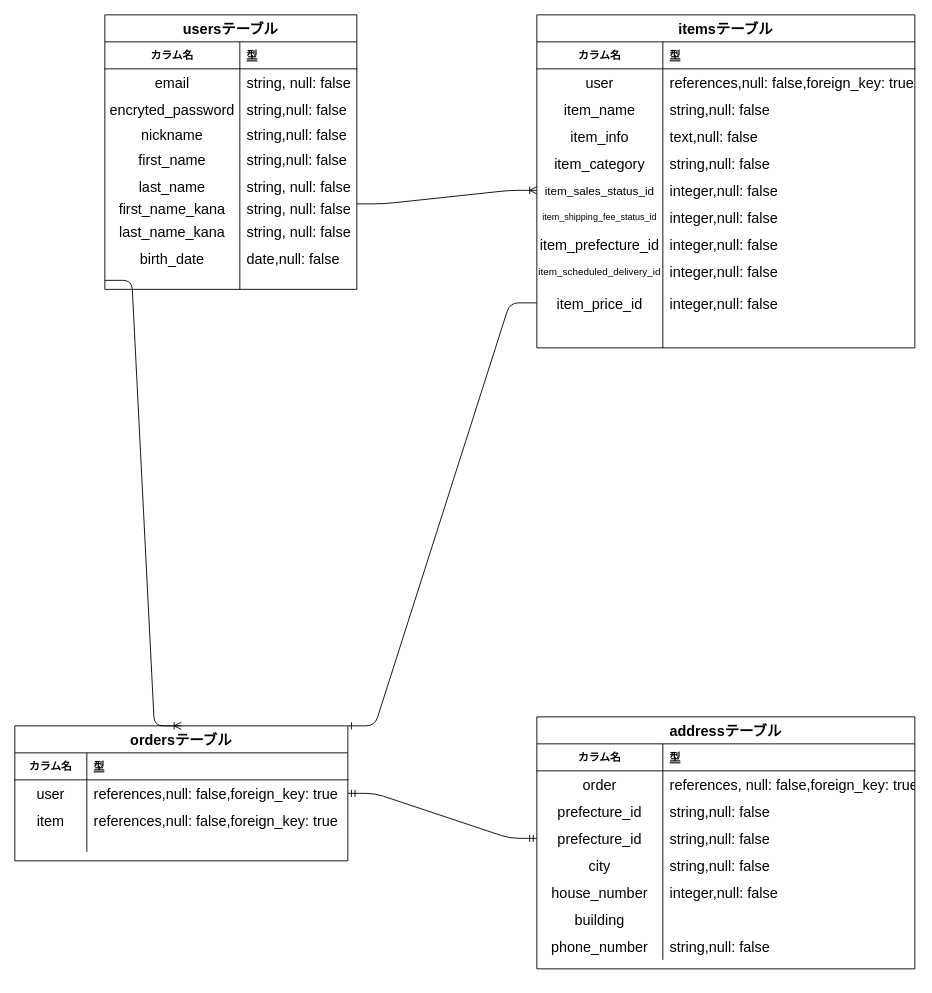
Earlier version of the draw.io diagram furima.dio (keisuke-5837/furima-36126). Source tidied: cells renumbered, new cells numbered last; positions are measured from the earlier drawing's top-left corner, leaving out a move shared by most shapes. Both pictures are drawn from the tidied source at 90%, with x=0, y=0 at pixel (14, 14).
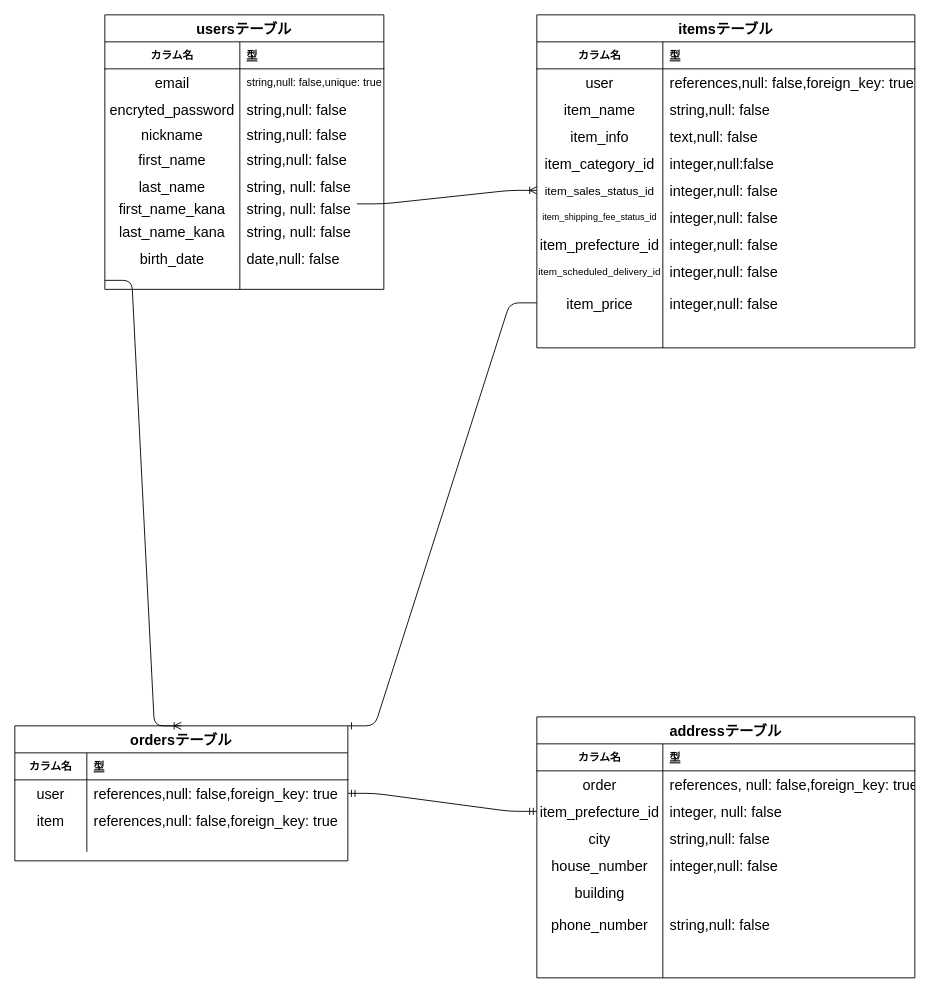
After the change.

Commit message (it also covers changes not shown here):
データベース修正

The change refers to these unchanged cells:
```xml
<mxCell id="47" style="shape=partialRectangle;fillColor=none;top=0;left=0;bottom=0;right=0;" parent="34" vertex="1">
  <mxGeometry y="150" width="420" height="30" as="geometry" />
</mxCell>
<mxCell id="62" style="shape=partialRectangle;fillColor=none;top=0;left=0;bottom=0;right=0;points=[[0,0.5],[1,0.5]];portConstraint=eastwest;" parent="34" vertex="1">
  <mxGeometry y="300" width="420" height="40" as="geometry" />
</mxCell>
```

Change to the diagram source:
```diff
@@
     <mxCell id="2" value="usersテーブル" style="shape=table;startSize=30;childLayout=tableLayout;rowLines=0;fontStyle=1;align=center;fontSize=16;" parent="1" vertex="1">
-      <mxGeometry x="100" width="280" height="305" as="geometry" />
+      <mxGeometry x="100" width="310" height="305" as="geometry" />
     </mxCell>
     <mxCell id="3" style="shape=partialRectangle;fillColor=none;top=0;left=0;bottom=1;right=0;" parent="2" vertex="1">
-      <mxGeometry y="30" width="280" height="30" as="geometry" />
+      <mxGeometry y="30" width="310" height="30" as="geometry" />
     </mxCell>
@@
     <mxCell id="5" value="型" style="shape=partialRectangle;fillColor=none;top=0;left=0;bottom=0;right=0;align=left;spacingLeft=6;fontStyle=5;overflow=hidden;" parent="3" vertex="1">
-      <mxGeometry x="150" width="130" height="30" as="geometry" />
+      <mxGeometry x="150" width="160" height="30" as="geometry" />
     </mxCell>
     <mxCell id="6" style="shape=partialRectangle;fillColor=none;top=0;left=0;bottom=0;right=0;" parent="2" vertex="1">
-      <mxGeometry y="60" width="280" height="30" as="geometry" />
+      <mxGeometry y="60" width="310" height="30" as="geometry" />
     </mxCell>
@@
-    <mxCell id="8" value="string, null: false" style="shape=partialRectangle;fillColor=none;top=0;left=0;bottom=0;right=0;align=left;spacingLeft=6;overflow=hidden;fontSize=16;" parent="6" vertex="1">
-      <mxGeometry x="150" width="130" height="30" as="geometry" />
+    <mxCell id="8" value="string,null: false,unique: true" style="shape=partialRectangle;fillColor=none;top=0;left=0;bottom=0;right=0;align=left;spacingLeft=6;overflow=hidden;fontSize=12;" parent="6" vertex="1">
+      <mxGeometry x="150" width="160" height="30" as="geometry" />
     </mxCell>
     <mxCell id="9" style="shape=partialRectangle;fillColor=none;top=0;left=0;bottom=0;right=0;" parent="2" vertex="1">
-      <mxGeometry y="90" width="280" height="30" as="geometry" />
+      <mxGeometry y="90" width="310" height="30" as="geometry" />
     </mxCell>
@@
     <mxCell id="11" value="string,null: false" style="shape=partialRectangle;fillColor=none;top=0;left=0;bottom=0;right=0;align=left;spacingLeft=6;overflow=hidden;fontSize=16;" parent="9" vertex="1">
-      <mxGeometry x="150" width="130" height="30" as="geometry" />
+      <mxGeometry x="150" width="160" height="30" as="geometry" />
     </mxCell>
     <mxCell id="12" style="shape=partialRectangle;fillColor=none;top=0;left=0;bottom=0;right=0;points=[[0,0.5],[1,0.5]];portConstraint=eastwest;" parent="2" vertex="1">
-      <mxGeometry y="120" width="280" height="25" as="geometry" />
+      <mxGeometry y="120" width="310" height="25" as="geometry" />
     </mxCell>
@@
     <mxCell id="14" value="string,null: false" style="shape=partialRectangle;fillColor=none;top=0;left=0;bottom=0;right=0;align=left;spacingLeft=6;overflow=hidden;fontSize=16;" parent="12" vertex="1">
-      <mxGeometry x="150" width="130" height="25" as="geometry" />
+      <mxGeometry x="150" width="160" height="25" as="geometry" />
     </mxCell>
     <mxCell id="15" style="shape=partialRectangle;fillColor=none;top=0;left=0;bottom=0;right=0;" parent="2" vertex="1">
-      <mxGeometry y="145" width="280" height="30" as="geometry" />
+      <mxGeometry y="145" width="310" height="30" as="geometry" />
     </mxCell>
@@
     <mxCell id="17" value="string,null: false" style="shape=partialRectangle;fillColor=none;top=0;left=0;bottom=0;right=0;align=left;spacingLeft=6;overflow=hidden;fontSize=16;" parent="15" vertex="1">
-      <mxGeometry x="150" width="130" height="30" as="geometry" />
+      <mxGeometry x="150" width="160" height="30" as="geometry" />
     </mxCell>
     <mxCell id="18" style="shape=partialRectangle;fillColor=none;top=0;left=0;bottom=0;right=0;" parent="2" vertex="1">
-      <mxGeometry y="175" width="280" height="30" as="geometry" />
+      <mxGeometry y="175" width="310" height="30" as="geometry" />
     </mxCell>
@@
     <mxCell id="20" value="string, null: false" style="shape=partialRectangle;fillColor=none;top=0;left=0;bottom=0;right=0;align=left;spacingLeft=6;overflow=hidden;fontSize=16;" parent="18" vertex="1">
-      <mxGeometry x="150" width="130" height="30" as="geometry" />
+      <mxGeometry x="150" width="160" height="30" as="geometry" />
     </mxCell>
     <mxCell id="21" style="shape=partialRectangle;fillColor=none;top=0;left=0;bottom=0;right=0;" parent="2" vertex="1">
-      <mxGeometry y="205" width="280" height="20" as="geometry" />
+      <mxGeometry y="205" width="310" height="20" as="geometry" />
     </mxCell>
@@
     <mxCell id="23" value="string, null: false" style="shape=partialRectangle;fillColor=none;top=0;left=0;bottom=0;right=0;align=left;spacingLeft=6;overflow=hidden;fontSize=16;" parent="21" vertex="1">
-      <mxGeometry x="150" width="130" height="20" as="geometry" />
+      <mxGeometry x="150" width="160" height="20" as="geometry" />
     </mxCell>
     <mxCell id="24" style="shape=partialRectangle;fillColor=none;top=0;left=0;bottom=0;right=0;" parent="2" vertex="1">
-      <mxGeometry y="225" width="280" height="30" as="geometry" />
+      <mxGeometry y="225" width="310" height="30" as="geometry" />
     </mxCell>
@@
     <mxCell id="26" value="string, null: false" style="shape=partialRectangle;fillColor=none;top=0;left=0;bottom=0;right=0;align=left;spacingLeft=6;overflow=hidden;fontSize=16;" parent="24" vertex="1">
-      <mxGeometry x="150" width="130" height="30" as="geometry" />
+      <mxGeometry x="150" width="160" height="30" as="geometry" />
     </mxCell>
     <mxCell id="27" style="shape=partialRectangle;fillColor=none;top=0;left=0;bottom=0;right=0;" parent="2" vertex="1">
-      <mxGeometry y="255" width="280" height="30" as="geometry" />
+      <mxGeometry y="255" width="310" height="30" as="geometry" />
     </mxCell>
@@
     <mxCell id="29" value="date,null: false" style="shape=partialRectangle;fillColor=none;top=0;left=0;bottom=0;right=0;align=left;spacingLeft=6;overflow=hidden;fontSize=16;" parent="27" vertex="1">
-      <mxGeometry x="150" width="130" height="30" as="geometry" />
+      <mxGeometry x="150" width="160" height="30" as="geometry" />
     </mxCell>
     <mxCell id="30" style="shape=partialRectangle;fillColor=none;top=0;left=0;bottom=0;right=0;points=[[0,0.5],[1,0.5]];portConstraint=eastwest;" parent="2" vertex="1">
-      <mxGeometry y="285" width="280" height="20" as="geometry" />
+      <mxGeometry y="285" width="310" height="20" as="geometry" />
     </mxCell>
@@
     <mxCell id="32" style="shape=partialRectangle;fillColor=none;top=0;left=0;bottom=0;right=0;align=left;spacingLeft=6;overflow=hidden;fontSize=16;" parent="30" vertex="1">
-      <mxGeometry x="150" width="130" height="20" as="geometry" />
+      <mxGeometry x="150" width="160" height="20" as="geometry" />
     </mxCell>
@@
-    <mxCell id="48" value="item_category" style="shape=partialRectangle;fillColor=none;top=0;left=0;bottom=0;right=0;overflow=hidden;fontSize=16;" parent="47" vertex="1">
+    <mxCell id="48" value="item_category_id" style="shape=partialRectangle;fillColor=none;top=0;left=0;bottom=0;right=0;overflow=hidden;fontSize=16;" parent="47" vertex="1">
       <mxGeometry width="140" height="30" as="geometry" />
     </mxCell>
-    <mxCell id="49" value="string,null: false" style="shape=partialRectangle;fillColor=none;top=0;left=0;bottom=0;right=0;align=left;spacingLeft=6;overflow=hidden;fontSize=16;" parent="47" vertex="1">
+    <mxCell id="49" value="integer,null:false" style="shape=partialRectangle;fillColor=none;top=0;left=0;bottom=0;right=0;align=left;spacingLeft=6;overflow=hidden;fontSize=16;" parent="47" vertex="1">
       <mxGeometry x="140" width="280" height="30" as="geometry" />
     </mxCell>
@@
-    <mxCell id="63" value="item_price_id" style="shape=partialRectangle;fillColor=none;top=0;left=0;bottom=0;right=0;overflow=hidden;fontSize=16;" parent="62" vertex="1">
+    <mxCell id="63" value="item_price" style="shape=partialRectangle;fillColor=none;top=0;left=0;bottom=0;right=0;overflow=hidden;fontSize=16;" parent="62" vertex="1">
       <mxGeometry width="140" height="40" as="geometry" />
     </mxCell>
@@
     <mxCell id="68" value="addressテーブル" style="shape=table;startSize=30;childLayout=tableLayout;rowLines=0;fontStyle=1;align=center;fontSize=16;" parent="1" vertex="1">
-      <mxGeometry x="580" y="780" width="420" height="280" as="geometry" />
+      <mxGeometry x="580" y="780" width="420" height="290" as="geometry" />
     </mxCell>
@@
-    <mxCell id="75" style="shape=partialRectangle;fillColor=none;top=0;left=0;bottom=0;right=0;" parent="68" vertex="1">
-      <mxGeometry y="90" width="420" height="30" as="geometry" />
-    </mxCell>
-    <mxCell id="76" value="prefecture_id" style="shape=partialRectangle;fillColor=none;top=0;left=0;bottom=0;right=0;overflow=hidden;fontSize=16;" parent="75" vertex="1">
-      <mxGeometry width="140" height="30" as="geometry" />
-    </mxCell>
-    <mxCell id="77" value="string,null: false" style="shape=partialRectangle;fillColor=none;top=0;left=0;bottom=0;right=0;align=left;spacingLeft=6;overflow=hidden;fontSize=16;" parent="75" vertex="1">
-      <mxGeometry x="140" width="280" height="30" as="geometry" />
-    </mxCell>
     <mxCell id="78" style="shape=partialRectangle;fillColor=none;top=0;left=0;bottom=0;right=0;points=[[0,0.5],[1,0.5]];portConstraint=eastwest;" parent="68" vertex="1">
-      <mxGeometry y="120" width="420" height="30" as="geometry" />
+      <mxGeometry y="90" width="420" height="30" as="geometry" />
     </mxCell>
-    <mxCell id="79" value="prefecture_id" style="shape=partialRectangle;fillColor=none;top=0;left=0;bottom=0;right=0;overflow=hidden;fontSize=16;" parent="78" vertex="1">
+    <mxCell id="79" value="item_prefecture_id" style="shape=partialRectangle;fillColor=none;top=0;left=0;bottom=0;right=0;overflow=hidden;fontSize=16;" parent="78" vertex="1">
       <mxGeometry width="140" height="30" as="geometry" />
     </mxCell>
-    <mxCell id="80" value="string,null: false" style="shape=partialRectangle;fillColor=none;top=0;left=0;bottom=0;right=0;align=left;spacingLeft=6;overflow=hidden;fontSize=16;" parent="78" vertex="1">
+    <mxCell id="80" value="integer, null: false" style="shape=partialRectangle;fillColor=none;top=0;left=0;bottom=0;right=0;align=left;spacingLeft=6;overflow=hidden;fontSize=16;" parent="78" vertex="1">
       <mxGeometry x="140" width="280" height="30" as="geometry" />
     </mxCell>
     <mxCell id="81" style="shape=partialRectangle;fillColor=none;top=0;left=0;bottom=0;right=0;" parent="68" vertex="1">
-      <mxGeometry y="150" width="420" height="30" as="geometry" />
+      <mxGeometry y="120" width="420" height="30" as="geometry" />
     </mxCell>
@@
     <mxCell id="84" style="shape=partialRectangle;fillColor=none;top=0;left=0;bottom=0;right=0;" parent="68" vertex="1">
-      <mxGeometry y="180" width="420" height="30" as="geometry" />
+      <mxGeometry y="150" width="420" height="30" as="geometry" />
     </mxCell>
@@
     <mxCell id="87" style="shape=partialRectangle;fillColor=none;top=0;left=0;bottom=0;right=0;" parent="68" vertex="1">
-      <mxGeometry y="210" width="420" height="30" as="geometry" />
+      <mxGeometry y="180" width="420" height="30" as="geometry" />
     </mxCell>
@@
     <mxCell id="90" style="shape=partialRectangle;fillColor=none;top=0;left=0;bottom=0;right=0;" parent="68" vertex="1">
-      <mxGeometry y="240" width="420" height="30" as="geometry" />
+      <mxGeometry y="210" width="420" height="40" as="geometry" />
     </mxCell>
     <mxCell id="91" value="phone_number" style="shape=partialRectangle;fillColor=none;top=0;left=0;bottom=0;right=0;overflow=hidden;fontSize=16;" parent="90" vertex="1">
-      <mxGeometry width="140" height="30" as="geometry" />
+      <mxGeometry width="140" height="40" as="geometry" />
     </mxCell>
     <mxCell id="92" value="string,null: false" style="shape=partialRectangle;fillColor=none;top=0;left=0;bottom=0;right=0;align=left;spacingLeft=6;overflow=hidden;fontSize=16;" parent="90" vertex="1">
-      <mxGeometry x="140" width="280" height="30" as="geometry" />
+      <mxGeometry x="140" width="280" height="40" as="geometry" />
     </mxCell>
+    <mxCell id="75" style="shape=partialRectangle;fillColor=none;top=0;left=0;bottom=0;right=0;" parent="68" vertex="1">
+      <mxGeometry y="250" width="420" height="40" as="geometry" />
+    </mxCell>
+    <mxCell id="76" style="shape=partialRectangle;fillColor=none;top=0;left=0;bottom=0;right=0;overflow=hidden;fontSize=16;" parent="75" vertex="1">
+      <mxGeometry width="140" height="40" as="geometry" />
+    </mxCell>
+    <mxCell id="77" style="shape=partialRectangle;fillColor=none;top=0;left=0;bottom=0;right=0;align=left;spacingLeft=6;overflow=hidden;fontSize=16;" parent="75" vertex="1">
+      <mxGeometry x="140" width="280" height="40" as="geometry" />
+    </mxCell>
```
